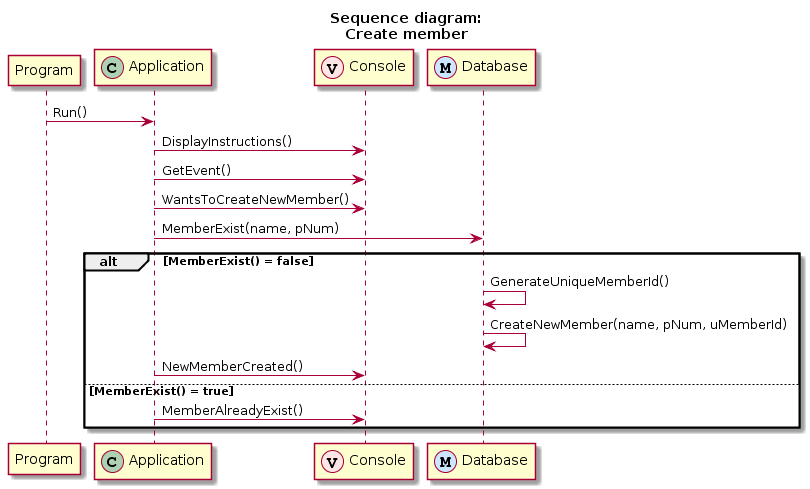
This is Workshop 2 - Design/Sequence-diagrams/create-member.png from ProfessorPotatis/1dv607-portfolio, a PlantUML export, as it was before one commit.
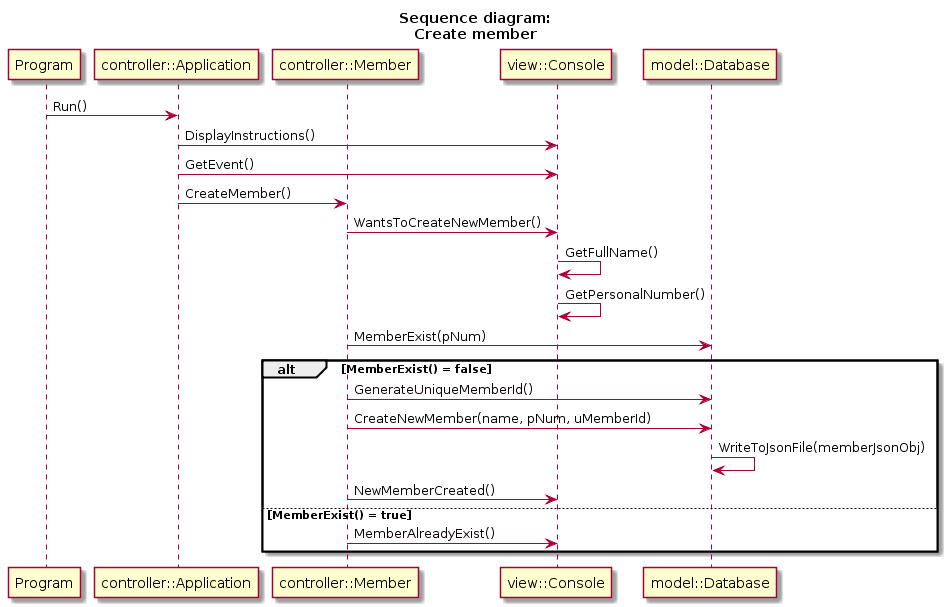
Later version of the same file.

Commit message:
Updated the sequence diagrams.

Change to the diagram source:
```diff
@@ -1,21 +1,26 @@
 @startuml
 title Sequence diagram:\nCreate member
 participant Program
-participant Application << (C,#ADD1B2) >>
-participant Console << (V,#FFE6E6) >>
-participant Database << (M,#CCE6FF) >>
+participant "controller::Application"
+participant "controller::Member"
+participant "view::Console"
+participant "model::Database"
 
-Program -> Application: Run()
-Application -> Console: DisplayInstructions()
-Application -> Console: GetEvent()
-Application -> Console: WantsToCreateNewMember()
-Application -> Database: MemberExist(name, pNum)
+Program -> "controller::Application": Run()
+"controller::Application" -> "view::Console": DisplayInstructions()
+"controller::Application" -> "view::Console": GetEvent()
+"controller::Application" -> "controller::Member": CreateMember()
+"controller::Member" -> "view::Console": WantsToCreateNewMember()
+"view::Console" -> "view::Console": GetFullName()
+"view::Console" -> "view::Console": GetPersonalNumber()
+"controller::Member" -> "model::Database": MemberExist(pNum)
 
 alt MemberExist() = false
-    Database -> Database: GenerateUniqueMemberId()
-    Database -> Database: CreateNewMember(name, pNum, uMemberId)
-    Application -> Console: NewMemberCreated()
+    "controller::Member" -> "model::Database": GenerateUniqueMemberId()
+    "controller::Member" -> "model::Database": CreateNewMember(name, pNum, uMemberId)
+    "model::Database" -> "model::Database": WriteToJsonFile(memberJsonObj)
+    "controller::Member" -> "view::Console": NewMemberCreated()
 else MemberExist() = true
-    Application -> Console: MemberAlreadyExist()
+    "controller::Member" -> "view::Console": MemberAlreadyExist()
 end
 @enduml
```
